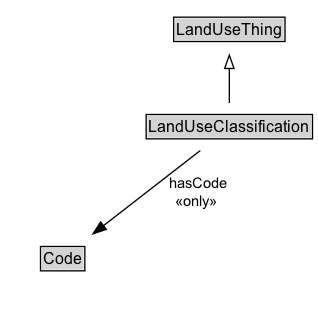
Before: docs/diagrams/LandUseClassification.dot.png, a diagram exported from Graphviz (ISO-TC204/ontology-cdm-p2-v1). Its source is kept beside it as docs/diagrams/LandUseClassification.dot.
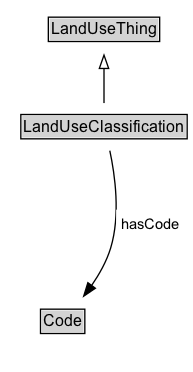
After the change.

Diff of the diagram source:
```diff
@@ -3,18 +3,21 @@
 	node [fontname=Arial fontsize=12 margin=0 shape=none]
 	edge [fontname=Arial fontsize=11]
 	{
+		rank=source
+		LandUseThing [label=<<TABLE BORDER="1" CELLBORDER="0" CELLSPACING="0" CELLPADDING="1"><TR><TD BGCOLOR="lightgray" ALIGN="CENTER">LandUseThing</TD></TR></TABLE>> URL="../LandUseThing" margin=0]
+	}
+	LandUseClassification [label=<<TABLE BORDER="1" CELLBORDER="0" CELLSPACING="0" CELLPADDING="1"><TR><TD BGCOLOR="lightgray" ALIGN="CENTER">LandUseClassification</TD></TR></TABLE>> URL="../LandUseClassification" margin=0]
+	{
 		rank=max
-		LandUseClassification [label=<<TABLE BORDER="1" CELLBORDER="0" CELLSPACING="0" CELLPADDING="1"><TR><TD BGCOLOR="lightgray" ALIGN="CENTER" PORT="e">LandUseClassification</TD></TR></TABLE>> URL="../LandUseClassification.md" margin=0]
 	}
 	subgraph cluster_associated {
 		label="" style=invis
 		Invis [label=<<TABLE BORDER="0" CELLBORDER="0" CELLSPACING="0" CELLPADDING="1"><TR><TD></TD></TR></TABLE>> margin=0 style=invis]
-		Code [label=<<TABLE BORDER="1" CELLBORDER="0" CELLSPACING="0" CELLPADDING="1"><TR><TD BGCOLOR="lightgray" ALIGN="CENTER">Code</TD></TR></TABLE>> URL="../Code.md" margin=0]
+		Code [label=<<TABLE BORDER="1" CELLBORDER="0" CELLSPACING="0" CELLPADDING="1"><TR><TD BGCOLOR="lightgray" ALIGN="CENTER">Code</TD></TR></TABLE>> URL="../Code" margin=0]
 	}
-	LandUseThing [label=<<TABLE BORDER="1" CELLBORDER="0" CELLSPACING="0" CELLPADDING="1"><TR><TD BGCOLOR="lightgray" ALIGN="CENTER">LandUseThing</TD></TR></TABLE>> URL="../LandUseThing.md" margin=0]
 	LandUseClassification -> LandUseThing [arrowhead=onormal style=solid]
 	LandUseClassification -> Invis [style=invis]
 	Invis -> Code [style=invis]
-	LandUseClassification -> Code [label=" hasCode
- «only»  " arrowhead=normal style=solid]
+	Code [label=<<TABLE BORDER="1" CELLBORDER="0" CELLSPACING="0" CELLPADDING="1"><TR><TD BGCOLOR="lightgray" ALIGN="CENTER">Code</TD></TR></TABLE>> URL="../Code" margin=0]
+	LandUseClassification -> Code [label=<<TABLE BORDER="0" CELLBORDER="0" CELLSPACING="0" CELLPADDING="4" BGCOLOR="white"><TR><TD ALIGN="CENTER">hasCode</TD></TR></TABLE>> arrowhead=normal style=solid]
 }
```
